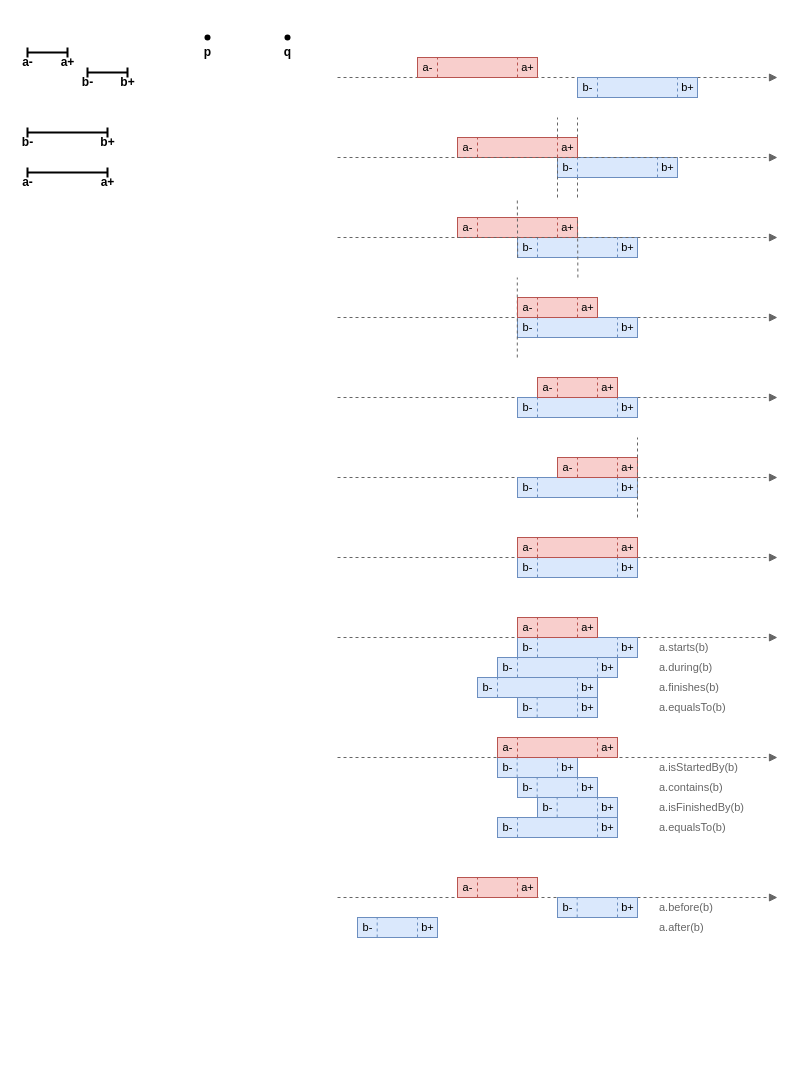
Before: page "Relations-Src" (4 of 4) of res/resources.drawio in gchudnov/mindthegap, a draw.io diagram. Source tidied: cells renumbered, new cells numbered last; positions are measured from the earlier drawing's top-left corner, leaving out a move shared by most shapes. Both pictures are drawn from the tidied source at 100%, with x=0, y=0 at pixel (17, 17).
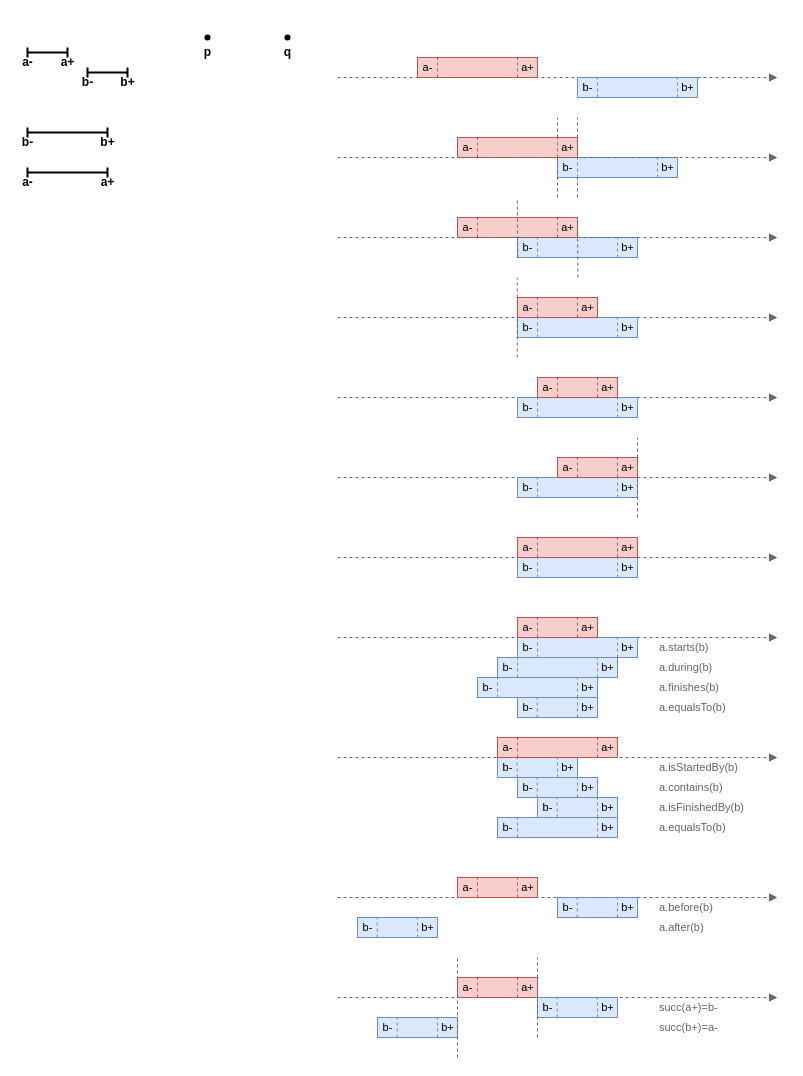
After the change.

Change to the diagram source:
```diff
@@
+    <mxCell id="208" style="endArrow=block;html=1;fontSize=12;strokeWidth=1;fillColor=#f5f5f5;strokeColor=#666666;endFill=1;dashed=1;" parent="1" edge="1">
+      <mxGeometry relative="1" as="geometry">
+        <mxPoint x="320" y="980" as="sourcePoint" />
+        <mxPoint x="760" y="980" as="targetPoint" />
+      </mxGeometry>
+    </mxCell>
+    <mxCell id="209" style="group;" parent="1" vertex="1">
+      <mxGeometry x="440" y="960" width="80" height="20" as="geometry" />
+    </mxCell>
+    <mxCell id="210" style="rounded=0;whiteSpace=wrap;html=1;fontSize=12;strokeWidth=1;fillColor=#f8cecc;strokeColor=#b85450;" parent="209" vertex="1">
+      <mxGeometry width="80" height="20" as="geometry" />
+    </mxCell>
+    <mxCell id="211" value="&lt;p style=&quot;line-height: 1.2&quot;&gt;a-&lt;/p&gt;" style="text;html=1;strokeColor=none;fillColor=none;align=center;verticalAlign=middle;rounded=0;fontSize=11;labelPosition=center;verticalLabelPosition=middle;horizontal=1;" parent="209" vertex="1">
+      <mxGeometry width="20" height="20" as="geometry" />
+    </mxCell>
+    <mxCell id="212" value="a+" style="text;html=1;strokeColor=none;fillColor=none;align=center;verticalAlign=middle;rounded=0;fontSize=11;spacing=2;" parent="209" vertex="1">
+      <mxGeometry x="60" width="20" height="20" as="geometry" />
+    </mxCell>
+    <mxCell id="213" style="endArrow=none;dashed=1;html=1;strokeWidth=1;fontSize=11;fillColor=#f8cecc;strokeColor=#b85450;" parent="209" edge="1">
+      <mxGeometry relative="1" as="geometry">
+        <mxPoint x="60" y="20" as="sourcePoint" />
+        <mxPoint x="60" as="targetPoint" />
+      </mxGeometry>
+    </mxCell>
+    <mxCell id="214" style="endArrow=none;dashed=1;html=1;strokeWidth=1;fontSize=11;fillColor=#f8cecc;strokeColor=#b85450;" parent="209" edge="1">
+      <mxGeometry relative="1" as="geometry">
+        <mxPoint x="20" y="20" as="sourcePoint" />
+        <mxPoint x="20" as="targetPoint" />
+      </mxGeometry>
+    </mxCell>
+    <mxCell id="215" style="group;" parent="1" vertex="1">
+      <mxGeometry x="360" y="1000" width="80" height="20" as="geometry" />
+    </mxCell>
+    <mxCell id="216" style="rounded=0;whiteSpace=wrap;html=1;fontSize=12;strokeWidth=1;fillColor=#dae8fc;strokeColor=#6c8ebf;" parent="215" vertex="1">
+      <mxGeometry width="80" height="20" as="geometry" />
+    </mxCell>
+    <mxCell id="217" value="b-" style="text;html=1;strokeColor=none;fillColor=none;align=center;verticalAlign=middle;rounded=0;fontSize=11;" parent="215" vertex="1">
+      <mxGeometry width="20" height="20" as="geometry" />
+    </mxCell>
+    <mxCell id="218" value="b+" style="text;strokeColor=none;fillColor=none;align=center;verticalAlign=middle;rounded=0;fontSize=11;html=1;spacing=2;" parent="215" vertex="1">
+      <mxGeometry x="60" width="20" height="20" as="geometry" />
+    </mxCell>
+    <mxCell id="219" style="endArrow=none;dashed=1;html=1;strokeWidth=1;fontSize=11;fillColor=#dae8fc;strokeColor=#6c8ebf;" parent="215" edge="1">
+      <mxGeometry relative="1" as="geometry">
+        <mxPoint x="60" y="20" as="sourcePoint" />
+        <mxPoint x="60" as="targetPoint" />
+      </mxGeometry>
+    </mxCell>
+    <mxCell id="220" style="endArrow=none;dashed=1;html=1;strokeWidth=1;fontSize=11;fillColor=#dae8fc;strokeColor=#6c8ebf;" parent="215" edge="1">
+      <mxGeometry relative="1" as="geometry">
+        <mxPoint x="19.7" y="20" as="sourcePoint" />
+        <mxPoint x="19.7" as="targetPoint" />
+      </mxGeometry>
+    </mxCell>
+    <mxCell id="221" style="group;" parent="1" vertex="1">
+      <mxGeometry x="520" y="980" width="80" height="20" as="geometry" />
+    </mxCell>
+    <mxCell id="222" style="rounded=0;whiteSpace=wrap;html=1;fontSize=12;strokeWidth=1;fillColor=#dae8fc;strokeColor=#6c8ebf;" parent="221" vertex="1">
+      <mxGeometry width="80" height="20" as="geometry" />
+    </mxCell>
+    <mxCell id="223" value="b-" style="text;html=1;strokeColor=none;fillColor=none;align=center;verticalAlign=middle;rounded=0;fontSize=11;" parent="221" vertex="1">
+      <mxGeometry width="20" height="20" as="geometry" />
+    </mxCell>
+    <mxCell id="224" value="b+" style="text;strokeColor=none;fillColor=none;align=center;verticalAlign=middle;rounded=0;fontSize=11;html=1;spacing=2;" parent="221" vertex="1">
+      <mxGeometry x="60" width="20" height="20" as="geometry" />
+    </mxCell>
+    <mxCell id="225" style="endArrow=none;dashed=1;html=1;strokeWidth=1;fontSize=11;fillColor=#dae8fc;strokeColor=#6c8ebf;" parent="221" edge="1">
+      <mxGeometry relative="1" as="geometry">
+        <mxPoint x="60" y="20" as="sourcePoint" />
+        <mxPoint x="60" as="targetPoint" />
+      </mxGeometry>
+    </mxCell>
+    <mxCell id="226" style="endArrow=none;dashed=1;html=1;strokeWidth=1;fontSize=11;fillColor=#dae8fc;strokeColor=#6c8ebf;" parent="221" edge="1">
+      <mxGeometry relative="1" as="geometry">
+        <mxPoint x="19.7" y="20" as="sourcePoint" />
+        <mxPoint x="19.7" as="targetPoint" />
+      </mxGeometry>
+    </mxCell>
+    <mxCell id="227" style="endArrow=none;dashed=1;html=1;strokeWidth=1;fontSize=11;fillColor=#f5f5f5;strokeColor=#666666;" parent="221" edge="1">
+      <mxGeometry relative="1" as="geometry">
+        <mxPoint y="40" as="sourcePoint" />
+        <mxPoint y="-40" as="targetPoint" />
+      </mxGeometry>
+    </mxCell>
+    <mxCell id="228" value="succ(a+)=b-" style="text;html=1;strokeColor=none;fillColor=none;align=left;verticalAlign=middle;whiteSpace=wrap;rounded=0;fontSize=11;fontColor=#666666;" parent="1" vertex="1">
+      <mxGeometry x="640" y="980" width="80" height="20" as="geometry" />
+    </mxCell>
+    <mxCell id="229" value="succ(b+)=a-" style="text;html=1;strokeColor=none;fillColor=none;align=left;verticalAlign=middle;whiteSpace=wrap;rounded=0;fontSize=11;fontColor=#666666;" parent="1" vertex="1">
+      <mxGeometry x="640" y="1000" width="80" height="20" as="geometry" />
+    </mxCell>
+    <mxCell id="230" style="endArrow=none;dashed=1;html=1;strokeWidth=1;fontSize=11;fillColor=#f5f5f5;strokeColor=#666666;" parent="1" edge="1">
+      <mxGeometry relative="1" as="geometry">
+        <mxPoint x="440" y="1040" as="sourcePoint" />
+        <mxPoint x="440" y="940" as="targetPoint" />
+      </mxGeometry>
+    </mxCell>
```
